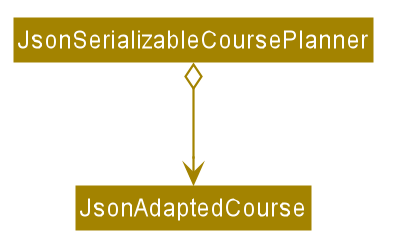
Above: docs/images/storage/CoursePlannerStorageClassDiagram.png in nus-cs2103-AY1920S1/addressbook-level3 (PlantUML), before the change.
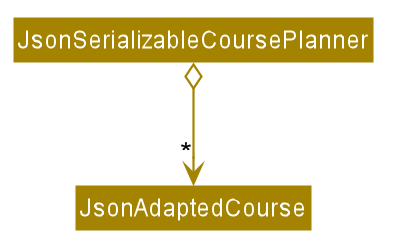
The same diagram one commit later.

The edit, as a diff of the source:
```diff
@@ -54,6 +54,6 @@
 Class JsonSerializableCoursePlanner
 Class JsonAdaptedCourse
 
-JsonSerializableCoursePlanner o-down-> JsonAdaptedCourse
+JsonSerializableCoursePlanner o-down-> "*" JsonAdaptedCourse
 
 @enduml
```
